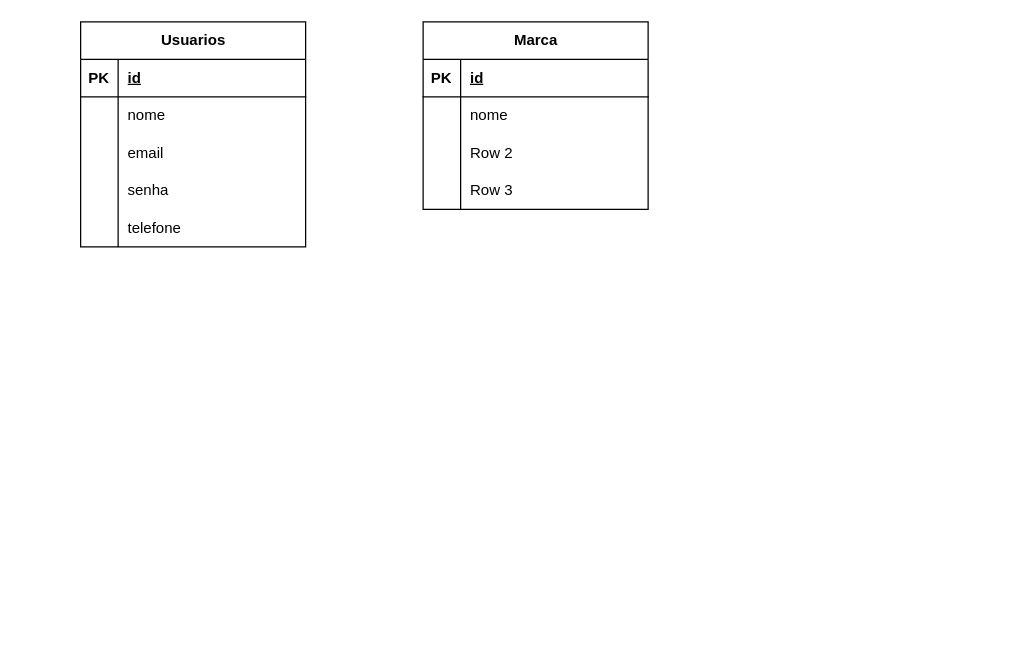
ViniciusHirata/PDI-VINICIUS keeps this draw.io diagram as Diagrama sem nome.drawio. Above is the earlier version. Source tidied: cells renumbered, new cells numbered last; positions are measured from the earlier drawing's top-left corner, leaving out a move shared by most shapes. Both pictures are drawn from the tidied source at 125%, with x=0, y=0 at pixel (80, 21).
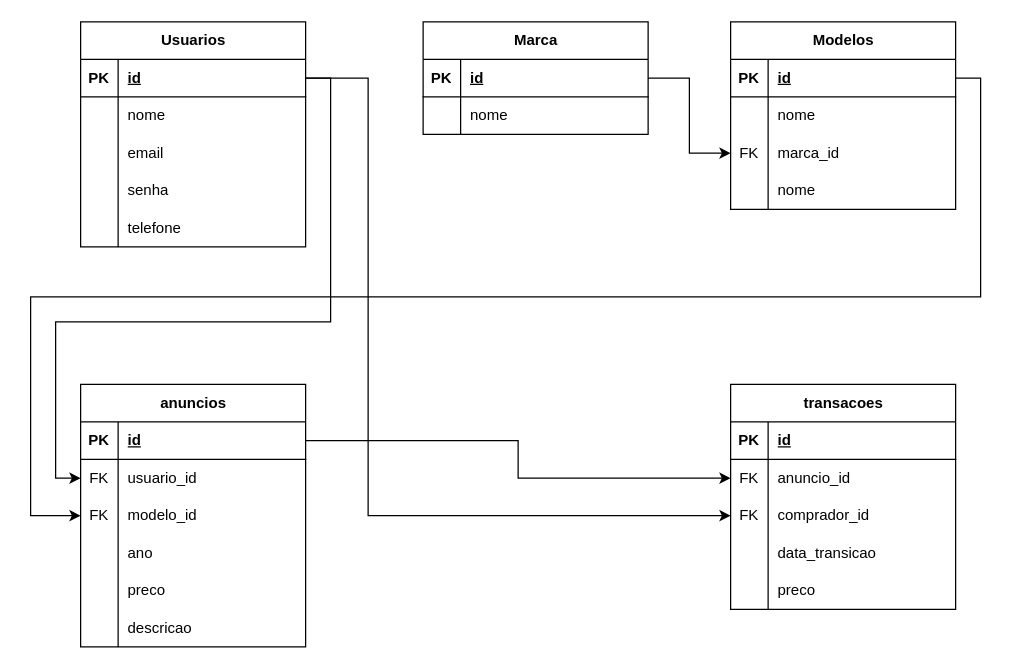
The same diagram, later.

Unchanged cells that the change refers to:
```xml
<mxCell id="3" style="shape=tableRow;horizontal=0;startSize=0;swimlaneHead=0;swimlaneBody=0;fillColor=none;points=[[0,0.5],[1,0.5]];portConstraint=eastwest;top=0;left=0;right=0;bottom=1;" parent="2" vertex="1">
  <mxGeometry y="30" width="180" height="30" as="geometry" />
</mxCell>
<mxCell id="19" style="shape=tableRow;horizontal=0;startSize=0;swimlaneHead=0;swimlaneBody=0;fillColor=none;points=[[0,0.5],[1,0.5]];portConstraint=eastwest;top=0;left=0;right=0;bottom=1;" parent="18" vertex="1">
  <mxGeometry y="30" width="180" height="30" as="geometry" />
</mxCell>
```

Diff of the diagram source:
```diff
@@
     <mxCell id="18" value="Marca" style="shape=table;startSize=30;childLayout=tableLayout;rowLines=0;fontStyle=1;align=center;html=1;" parent="1" vertex="1">
-      <mxGeometry x="274" width="180" height="150" as="geometry" />
+      <mxGeometry x="274" width="180" height="90" as="geometry" />
     </mxCell>
@@
-    <mxCell id="25" style="shape=tableRow;horizontal=0;startSize=0;swimlaneHead=0;swimlaneBody=0;fillColor=none;top=0;left=0;right=0;bottom=0;" parent="18" vertex="1">
-      <mxGeometry y="90" width="180" height="30" as="geometry" />
-    </mxCell>
-    <mxCell id="26" style="shape=partialRectangle;fillColor=none;top=0;left=0;bottom=0;right=0;overflow=hidden;whiteSpace=wrap;html=1;" parent="25" vertex="1">
-      <mxGeometry width="30" height="30" as="geometry" />
-    </mxCell>
-    <mxCell id="27" value="Row 2" style="shape=partialRectangle;fillColor=none;top=0;left=0;bottom=0;right=0;align=left;spacingLeft=6;overflow=hidden;whiteSpace=wrap;html=1;" parent="25" vertex="1">
-      <mxGeometry x="30" width="150" height="30" as="geometry" />
-    </mxCell>
-    <mxCell id="28" style="shape=tableRow;horizontal=0;startSize=0;swimlaneHead=0;swimlaneBody=0;fillColor=none;top=0;left=0;right=0;bottom=0;" parent="18" vertex="1">
-      <mxGeometry y="120" width="180" height="30" as="geometry" />
-    </mxCell>
-    <mxCell id="29" style="shape=partialRectangle;fillColor=none;top=0;left=0;bottom=0;right=0;overflow=hidden;whiteSpace=wrap;html=1;" parent="28" vertex="1">
-      <mxGeometry width="30" height="30" as="geometry" />
-    </mxCell>
-    <mxCell id="30" value="Row 3" style="shape=partialRectangle;fillColor=none;top=0;left=0;bottom=0;right=0;align=left;spacingLeft=6;overflow=hidden;whiteSpace=wrap;html=1;" parent="28" vertex="1">
-      <mxGeometry x="30" width="150" height="30" as="geometry" />
-    </mxCell>
+    <mxCell id="31" value="Modelos" style="shape=table;startSize=30;childLayout=tableLayout;rowLines=0;fontStyle=1;align=center;html=1;" parent="1" vertex="1">
+      <mxGeometry x="520" width="180" height="150" as="geometry" />
+    </mxCell>
+    <mxCell id="32" style="shape=tableRow;horizontal=0;startSize=0;swimlaneHead=0;swimlaneBody=0;fillColor=none;points=[[0,0.5],[1,0.5]];portConstraint=eastwest;top=0;left=0;right=0;bottom=1;" parent="31" vertex="1">
+      <mxGeometry y="30" width="180" height="30" as="geometry" />
+    </mxCell>
+    <mxCell id="33" value="PK" style="shape=partialRectangle;fillColor=none;top=0;left=0;bottom=0;right=0;fontStyle=1;overflow=hidden;whiteSpace=wrap;html=1;" parent="32" vertex="1">
+      <mxGeometry width="30" height="30" as="geometry" />
+    </mxCell>
+    <mxCell id="34" value="id" style="shape=partialRectangle;fillColor=none;top=0;left=0;bottom=0;right=0;align=left;spacingLeft=6;fontStyle=5;overflow=hidden;whiteSpace=wrap;html=1;" parent="32" vertex="1">
+      <mxGeometry x="30" width="150" height="30" as="geometry" />
+    </mxCell>
+    <mxCell id="35" style="shape=tableRow;horizontal=0;startSize=0;swimlaneHead=0;swimlaneBody=0;fillColor=none;top=0;left=0;right=0;bottom=0;" parent="31" vertex="1">
+      <mxGeometry y="60" width="180" height="30" as="geometry" />
+    </mxCell>
+    <mxCell id="36" style="shape=partialRectangle;fillColor=none;top=0;left=0;bottom=0;right=0;overflow=hidden;whiteSpace=wrap;html=1;" parent="35" vertex="1">
+      <mxGeometry width="30" height="30" as="geometry" />
+    </mxCell>
+    <mxCell id="37" value="nome" style="shape=partialRectangle;fillColor=none;top=0;left=0;bottom=0;right=0;align=left;spacingLeft=6;overflow=hidden;whiteSpace=wrap;html=1;" parent="35" vertex="1">
+      <mxGeometry x="30" width="150" height="30" as="geometry" />
+    </mxCell>
+    <mxCell id="38" style="shape=tableRow;horizontal=0;startSize=0;swimlaneHead=0;swimlaneBody=0;fillColor=none;points=[[0,0.5],[1,0.5]];portConstraint=eastwest;top=0;left=0;right=0;bottom=0;" parent="31" vertex="1">
+      <mxGeometry y="90" width="180" height="30" as="geometry" />
+    </mxCell>
+    <mxCell id="39" value="FK" style="shape=partialRectangle;fillColor=none;top=0;left=0;bottom=0;right=0;overflow=hidden;whiteSpace=wrap;html=1;" parent="38" vertex="1">
+      <mxGeometry width="30" height="30" as="geometry" />
+    </mxCell>
+    <mxCell id="40" value="marca_id" style="shape=partialRectangle;fillColor=none;top=0;left=0;bottom=0;right=0;align=left;spacingLeft=6;overflow=hidden;whiteSpace=wrap;html=1;" parent="38" vertex="1">
+      <mxGeometry x="30" width="150" height="30" as="geometry" />
+    </mxCell>
+    <mxCell id="41" style="shape=tableRow;horizontal=0;startSize=0;swimlaneHead=0;swimlaneBody=0;fillColor=none;top=0;left=0;right=0;bottom=0;" parent="31" vertex="1">
+      <mxGeometry y="120" width="180" height="30" as="geometry" />
+    </mxCell>
+    <mxCell id="42" style="shape=partialRectangle;fillColor=none;top=0;left=0;bottom=0;right=0;overflow=hidden;whiteSpace=wrap;html=1;" parent="41" vertex="1">
+      <mxGeometry width="30" height="30" as="geometry" />
+    </mxCell>
+    <mxCell id="43" value="nome" style="shape=partialRectangle;fillColor=none;top=0;left=0;bottom=0;right=0;align=left;spacingLeft=6;overflow=hidden;whiteSpace=wrap;html=1;" parent="41" vertex="1">
+      <mxGeometry x="30" width="150" height="30" as="geometry" />
+    </mxCell>
+    <mxCell id="44" value="anuncios" style="shape=table;startSize=30;childLayout=tableLayout;rowLines=0;fontStyle=1;align=center;html=1;" parent="1" vertex="1">
+      <mxGeometry y="290" width="180" height="210" as="geometry" />
+    </mxCell>
+    <mxCell id="45" style="shape=tableRow;horizontal=0;startSize=0;swimlaneHead=0;swimlaneBody=0;fillColor=none;points=[[0,0.5],[1,0.5]];portConstraint=eastwest;top=0;left=0;right=0;bottom=1;" parent="44" vertex="1">
+      <mxGeometry y="30" width="180" height="30" as="geometry" />
+    </mxCell>
+    <mxCell id="46" value="PK" style="shape=partialRectangle;fillColor=none;top=0;left=0;bottom=0;right=0;fontStyle=1;overflow=hidden;whiteSpace=wrap;html=1;" parent="45" vertex="1">
+      <mxGeometry width="30" height="30" as="geometry" />
+    </mxCell>
+    <mxCell id="47" value="id" style="shape=partialRectangle;fillColor=none;top=0;left=0;bottom=0;right=0;align=left;spacingLeft=6;fontStyle=5;overflow=hidden;whiteSpace=wrap;html=1;" parent="45" vertex="1">
+      <mxGeometry x="30" width="150" height="30" as="geometry" />
+    </mxCell>
+    <mxCell id="48" style="shape=tableRow;horizontal=0;startSize=0;swimlaneHead=0;swimlaneBody=0;fillColor=none;points=[[0,0.5],[1,0.5]];portConstraint=eastwest;top=0;left=0;right=0;bottom=0;" parent="44" vertex="1">
+      <mxGeometry y="60" width="180" height="30" as="geometry" />
+    </mxCell>
+    <mxCell id="49" value="FK" style="shape=partialRectangle;fillColor=none;top=0;left=0;bottom=0;right=0;overflow=hidden;whiteSpace=wrap;html=1;" parent="48" vertex="1">
+      <mxGeometry width="30" height="30" as="geometry" />
+    </mxCell>
+    <mxCell id="50" value="usuario_id" style="shape=partialRectangle;fillColor=none;top=0;left=0;bottom=0;right=0;align=left;spacingLeft=6;overflow=hidden;whiteSpace=wrap;html=1;" parent="48" vertex="1">
+      <mxGeometry x="30" width="150" height="30" as="geometry" />
+    </mxCell>
+    <mxCell id="51" style="shape=tableRow;horizontal=0;startSize=0;swimlaneHead=0;swimlaneBody=0;fillColor=none;points=[[0,0.5],[1,0.5]];portConstraint=eastwest;top=0;left=0;right=0;bottom=0;" parent="44" vertex="1">
+      <mxGeometry y="90" width="180" height="30" as="geometry" />
+    </mxCell>
+    <mxCell id="52" value="FK" style="shape=partialRectangle;fillColor=none;top=0;left=0;bottom=0;right=0;overflow=hidden;whiteSpace=wrap;html=1;" parent="51" vertex="1">
+      <mxGeometry width="30" height="30" as="geometry" />
+    </mxCell>
+    <mxCell id="53" value="modelo_id" style="shape=partialRectangle;fillColor=none;top=0;left=0;bottom=0;right=0;align=left;spacingLeft=6;overflow=hidden;whiteSpace=wrap;html=1;" parent="51" vertex="1">
+      <mxGeometry x="30" width="150" height="30" as="geometry" />
+    </mxCell>
+    <mxCell id="54" style="shape=tableRow;horizontal=0;startSize=0;swimlaneHead=0;swimlaneBody=0;fillColor=none;top=0;left=0;right=0;bottom=0;" parent="44" vertex="1">
+      <mxGeometry y="120" width="180" height="30" as="geometry" />
+    </mxCell>
+    <mxCell id="55" style="shape=partialRectangle;fillColor=none;top=0;left=0;bottom=0;right=0;overflow=hidden;whiteSpace=wrap;html=1;" parent="54" vertex="1">
+      <mxGeometry width="30" height="30" as="geometry" />
+    </mxCell>
+    <mxCell id="56" value="ano" style="shape=partialRectangle;fillColor=none;top=0;left=0;bottom=0;right=0;align=left;spacingLeft=6;overflow=hidden;whiteSpace=wrap;html=1;" parent="54" vertex="1">
+      <mxGeometry x="30" width="150" height="30" as="geometry" />
+    </mxCell>
+    <mxCell id="57" style="shape=tableRow;horizontal=0;startSize=0;swimlaneHead=0;swimlaneBody=0;fillColor=none;top=0;left=0;right=0;bottom=0;" parent="44" vertex="1">
+      <mxGeometry y="150" width="180" height="30" as="geometry" />
+    </mxCell>
+    <mxCell id="58" style="shape=partialRectangle;fillColor=none;top=0;left=0;bottom=0;right=0;overflow=hidden;whiteSpace=wrap;html=1;" parent="57" vertex="1">
+      <mxGeometry width="30" height="30" as="geometry" />
+    </mxCell>
+    <mxCell id="59" value="preco" style="shape=partialRectangle;fillColor=none;top=0;left=0;bottom=0;right=0;align=left;spacingLeft=6;overflow=hidden;whiteSpace=wrap;html=1;" parent="57" vertex="1">
+      <mxGeometry x="30" width="150" height="30" as="geometry" />
+    </mxCell>
+    <mxCell id="60" style="shape=tableRow;horizontal=0;startSize=0;swimlaneHead=0;swimlaneBody=0;fillColor=none;top=0;left=0;right=0;bottom=0;" parent="44" vertex="1">
+      <mxGeometry y="180" width="180" height="30" as="geometry" />
+    </mxCell>
+    <mxCell id="61" style="shape=partialRectangle;fillColor=none;top=0;left=0;bottom=0;right=0;overflow=hidden;whiteSpace=wrap;html=1;" parent="60" vertex="1">
+      <mxGeometry width="30" height="30" as="geometry" />
+    </mxCell>
+    <mxCell id="62" value="descricao" style="shape=partialRectangle;fillColor=none;top=0;left=0;bottom=0;right=0;align=left;spacingLeft=6;overflow=hidden;whiteSpace=wrap;html=1;" parent="60" vertex="1">
+      <mxGeometry x="30" width="150" height="30" as="geometry" />
+    </mxCell>
+    <mxCell id="63" value="transacoes" style="shape=table;startSize=30;childLayout=tableLayout;rowLines=0;fontStyle=1;align=center;html=1;" parent="1" vertex="1">
+      <mxGeometry x="520" y="290" width="180" height="180" as="geometry" />
+    </mxCell>
+    <mxCell id="64" style="shape=tableRow;horizontal=0;startSize=0;swimlaneHead=0;swimlaneBody=0;fillColor=none;top=0;left=0;right=0;bottom=1;" parent="63" vertex="1">
+      <mxGeometry y="30" width="180" height="30" as="geometry" />
+    </mxCell>
+    <mxCell id="65" value="PK" style="shape=partialRectangle;fillColor=none;top=0;left=0;bottom=0;right=0;fontStyle=1;overflow=hidden;whiteSpace=wrap;html=1;" parent="64" vertex="1">
+      <mxGeometry width="30" height="30" as="geometry" />
+    </mxCell>
+    <mxCell id="66" value="id" style="shape=partialRectangle;fillColor=none;top=0;left=0;bottom=0;right=0;align=left;spacingLeft=6;fontStyle=5;overflow=hidden;whiteSpace=wrap;html=1;" parent="64" vertex="1">
+      <mxGeometry x="30" width="150" height="30" as="geometry" />
+    </mxCell>
+    <mxCell id="67" style="shape=tableRow;horizontal=0;startSize=0;swimlaneHead=0;swimlaneBody=0;fillColor=none;points=[[0,0.5],[1,0.5]];portConstraint=eastwest;top=0;left=0;right=0;bottom=0;" parent="63" vertex="1">
+      <mxGeometry y="60" width="180" height="30" as="geometry" />
+    </mxCell>
+    <mxCell id="68" value="FK" style="shape=partialRectangle;fillColor=none;top=0;left=0;bottom=0;right=0;overflow=hidden;whiteSpace=wrap;html=1;" parent="67" vertex="1">
+      <mxGeometry width="30" height="30" as="geometry" />
+    </mxCell>
+    <mxCell id="69" value="anuncio_id" style="shape=partialRectangle;fillColor=none;top=0;left=0;bottom=0;right=0;align=left;spacingLeft=6;overflow=hidden;whiteSpace=wrap;html=1;" parent="67" vertex="1">
+      <mxGeometry x="30" width="150" height="30" as="geometry" />
+    </mxCell>
+    <mxCell id="70" style="shape=tableRow;horizontal=0;startSize=0;swimlaneHead=0;swimlaneBody=0;fillColor=none;points=[[0,0.5],[1,0.5]];portConstraint=eastwest;top=0;left=0;right=0;bottom=0;" parent="63" vertex="1">
+      <mxGeometry y="90" width="180" height="30" as="geometry" />
+    </mxCell>
+    <mxCell id="71" value="FK" style="shape=partialRectangle;fillColor=none;top=0;left=0;bottom=0;right=0;overflow=hidden;whiteSpace=wrap;html=1;" parent="70" vertex="1">
+      <mxGeometry width="30" height="30" as="geometry" />
+    </mxCell>
+    <mxCell id="72" value="comprador_id" style="shape=partialRectangle;fillColor=none;top=0;left=0;bottom=0;right=0;align=left;spacingLeft=6;overflow=hidden;whiteSpace=wrap;html=1;" parent="70" vertex="1">
+      <mxGeometry x="30" width="150" height="30" as="geometry" />
+    </mxCell>
+    <mxCell id="73" style="shape=tableRow;horizontal=0;startSize=0;swimlaneHead=0;swimlaneBody=0;fillColor=none;top=0;left=0;right=0;bottom=0;" parent="63" vertex="1">
+      <mxGeometry y="120" width="180" height="30" as="geometry" />
+    </mxCell>
+    <mxCell id="74" style="shape=partialRectangle;fillColor=none;top=0;left=0;bottom=0;right=0;overflow=hidden;whiteSpace=wrap;html=1;" parent="73" vertex="1">
+      <mxGeometry width="30" height="30" as="geometry" />
+    </mxCell>
+    <mxCell id="75" value="data_transicao" style="shape=partialRectangle;fillColor=none;top=0;left=0;bottom=0;right=0;align=left;spacingLeft=6;overflow=hidden;whiteSpace=wrap;html=1;" parent="73" vertex="1">
+      <mxGeometry x="30" width="150" height="30" as="geometry" />
+    </mxCell>
+    <mxCell id="76" style="shape=tableRow;horizontal=0;startSize=0;swimlaneHead=0;swimlaneBody=0;fillColor=none;top=0;left=0;right=0;bottom=0;" parent="63" vertex="1">
+      <mxGeometry y="150" width="180" height="30" as="geometry" />
+    </mxCell>
+    <mxCell id="77" style="shape=partialRectangle;fillColor=none;top=0;left=0;bottom=0;right=0;overflow=hidden;whiteSpace=wrap;html=1;" parent="76" vertex="1">
+      <mxGeometry width="30" height="30" as="geometry" />
+    </mxCell>
+    <mxCell id="78" value="preco" style="shape=partialRectangle;fillColor=none;top=0;left=0;bottom=0;right=0;align=left;spacingLeft=6;overflow=hidden;whiteSpace=wrap;html=1;" parent="76" vertex="1">
+      <mxGeometry x="30" width="150" height="30" as="geometry" />
+    </mxCell>
+    <mxCell id="79" style="edgeStyle=orthogonalEdgeStyle;rounded=0;jettySize=auto;html=1;exitX=1;exitY=0.5;exitDx=0;exitDy=0;entryX=0;entryY=0.5;entryDx=0;entryDy=0;" parent="1" edge="1" source="19" target="38">
+      <mxGeometry relative="1" as="geometry" />
+    </mxCell>
+    <mxCell id="80" style="edgeStyle=orthogonalEdgeStyle;rounded=0;jettySize=auto;html=1;exitX=1;exitY=0.5;exitDx=0;exitDy=0;entryX=0;entryY=0.5;entryDx=0;entryDy=0;" parent="1" edge="1" source="3" target="48">
+      <mxGeometry relative="1" as="geometry">
+        <Array as="points">
+          <mxPoint x="200" y="45" />
+          <mxPoint x="200" y="240" />
+          <mxPoint x="-20" y="240" />
+          <mxPoint x="-20" y="365" />
+        </Array>
+      </mxGeometry>
+    </mxCell>
+    <mxCell id="81" style="edgeStyle=orthogonalEdgeStyle;rounded=0;jettySize=auto;html=1;exitX=1;exitY=0.5;exitDx=0;exitDy=0;entryX=0;entryY=0.5;entryDx=0;entryDy=0;" parent="1" edge="1" source="32" target="51">
+      <mxGeometry relative="1" as="geometry">
+        <Array as="points">
+          <mxPoint x="720" y="45" />
+          <mxPoint x="720" y="220" />
+          <mxPoint x="-40" y="220" />
+          <mxPoint x="-40" y="395" />
+        </Array>
+      </mxGeometry>
+    </mxCell>
+    <mxCell id="82" style="edgeStyle=orthogonalEdgeStyle;rounded=0;jettySize=auto;html=1;exitX=1;exitY=0.5;exitDx=0;exitDy=0;entryX=0;entryY=0.5;entryDx=0;entryDy=0;" parent="1" edge="1" source="45" target="67">
+      <mxGeometry relative="1" as="geometry" />
+    </mxCell>
+    <mxCell id="83" style="edgeStyle=orthogonalEdgeStyle;rounded=0;jettySize=auto;html=1;exitX=1;exitY=0.5;exitDx=0;exitDy=0;entryX=0;entryY=0.5;entryDx=0;entryDy=0;" parent="1" edge="1" source="3" target="70">
+      <mxGeometry relative="1" as="geometry">
+        <Array as="points">
+          <mxPoint x="230" y="45" />
+          <mxPoint x="230" y="395" />
+        </Array>
+      </mxGeometry>
+    </mxCell>
```
